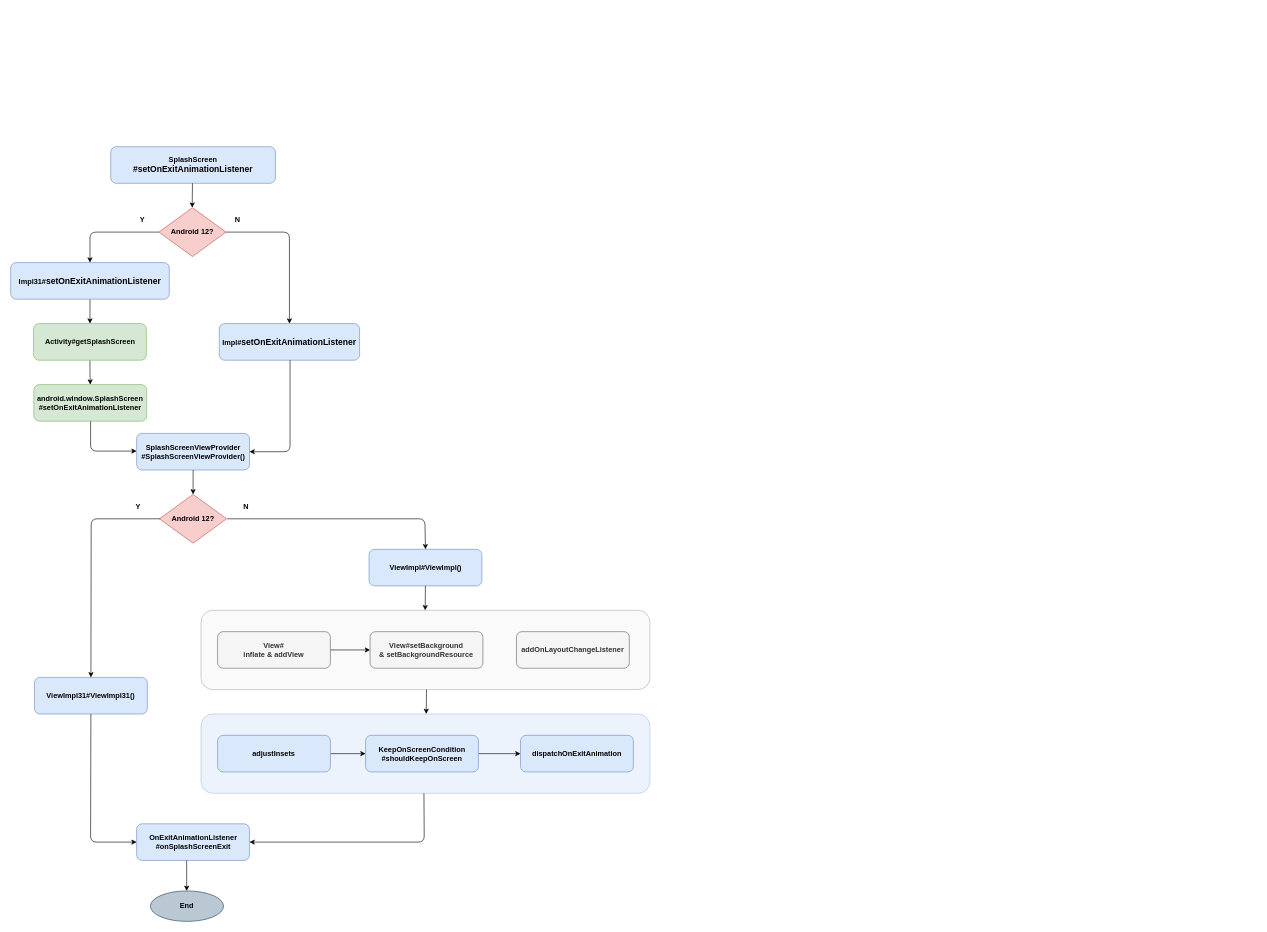
This is ss-exit-horizontal.drawio from ellisonchan/MineGraph, a draw.io file, before an edit. Source tidied: cells renumbered, new cells numbered last; positions are measured from the earlier drawing's top-left corner, leaving out a move shared by most shapes. Both pictures are drawn from the tidied source at 61%, with x=0, y=0 at pixel (10, 146).
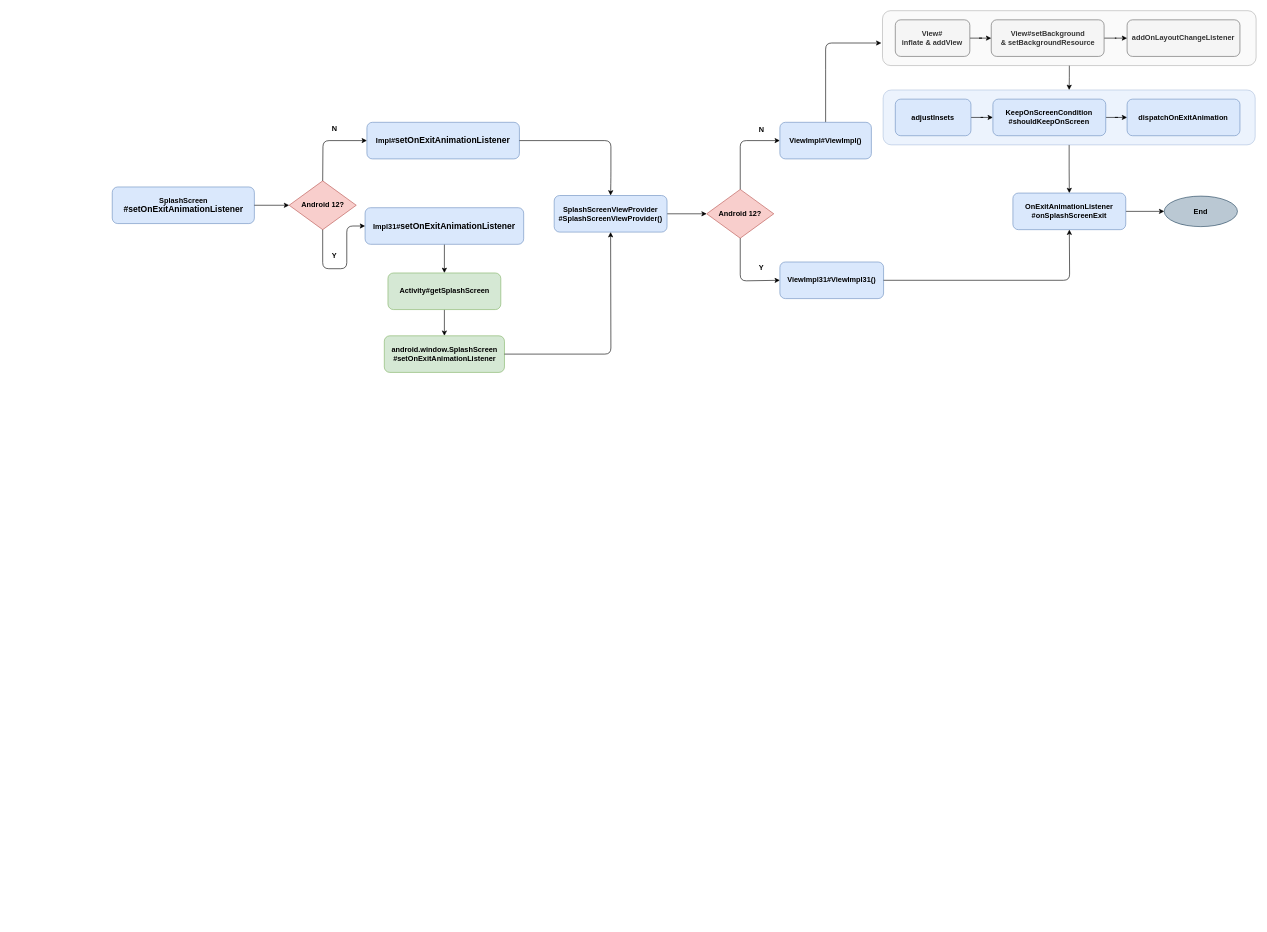
The same page after the edit.

Change to the diagram source:
```diff
@@
+    <mxCell id="44" style="edgeStyle=orthogonalEdgeStyle;rounded=0;jettySize=auto;html=1;" parent="1" edge="1" source="2" target="22">
+      <mxGeometry relative="1" as="geometry" />
+    </mxCell>
     <mxCell id="2" style="rounded=1;whiteSpace=wrap;html=1;strokeColor=#6c8ebf;fillColor=#dae8fc;opacity=50;fontStyle=1;" parent="1" vertex="1">
-      <mxGeometry x="312" y="930" width="736" height="130" as="geometry" />
+      <mxGeometry x="1430.2" y="-93" width="610" height="90" as="geometry" />
     </mxCell>
+    <mxCell id="45" style="edgeStyle=orthogonalEdgeStyle;rounded=0;jettySize=auto;html=1;entryX=0.5;entryY=0;entryDx=0;entryDy=0;" parent="1" edge="1" source="3" target="2">
+      <mxGeometry relative="1" as="geometry" />
+    </mxCell>
     <mxCell id="3" style="rounded=1;whiteSpace=wrap;html=1;strokeColor=#666666;fontColor=#333333;fillColor=#f5f5f5;opacity=50;fontStyle=1;" parent="1" vertex="1">
-      <mxGeometry x="312" y="760" width="736" height="130" as="geometry" />
+      <mxGeometry x="1429.2" y="-223" width="612.5" height="90" as="geometry" />
     </mxCell>
     <mxCell id="4" value="SplashScreen&lt;div style=&quot;text-align: justify&quot;&gt;&lt;font style=&quot;font-size: 14px&quot;&gt;#&lt;/font&gt;&lt;span style=&quot;font-size: 14px&quot;&gt;setOnExitAnimationListener&lt;/span&gt;&lt;/div&gt;" style="rounded=1;whiteSpace=wrap;html=1;fillColor=#dae8fc;strokeColor=#6c8ebf;fontStyle=1;" parent="1" vertex="1">
-      <mxGeometry x="164" width="270" height="60" as="geometry" />
+      <mxGeometry x="166.5" y="66" width="233" height="60" as="geometry" />
     </mxCell>
@@
     <mxCell id="6" value="Impl31#&lt;span style=&quot;font-size: 14px ; text-align: justify&quot;&gt;setOnExitAnimationListener&lt;/span&gt;" style="rounded=1;whiteSpace=wrap;html=1;fillColor=#dae8fc;strokeColor=#6c8ebf;fontStyle=1;" parent="1" vertex="1">
-      <mxGeometry y="190" width="260" height="60" as="geometry" />
+      <mxGeometry x="581" y="100" width="260" height="60" as="geometry" />
     </mxCell>
     <mxCell id="7" value="Android 12?" style="rhombus;whiteSpace=wrap;html=1;fillColor=#f8cecc;strokeColor=#b85450;fontStyle=1;" parent="1" vertex="1">
-      <mxGeometry x="243" y="100" width="110" height="80" as="geometry" />
+      <mxGeometry x="456.5" y="56" width="110" height="80" as="geometry" />
     </mxCell>
-    <mxCell id="8" style="endArrow=classic;html=1;fontStyle=1;" parent="1" edge="1">
-      <mxGeometry relative="1" as="geometry">
-        <mxPoint x="298" y="60" as="sourcePoint" />
-        <mxPoint x="297.6" y="100" as="targetPoint" />
-      </mxGeometry>
+    <mxCell id="8" style="endArrow=classic;html=1;fontStyle=1;entryX=0;entryY=0.5;entryDx=0;entryDy=0;exitX=1;exitY=0.5;exitDx=0;exitDy=0;" parent="1" edge="1" source="4" target="7">
+      <mxGeometry relative="1" as="geometry" />
     </mxCell>
     <mxCell id="9" value="Y" style="text;html=1;strokeColor=none;fillColor=none;align=center;verticalAlign=middle;whiteSpace=wrap;rounded=0;fontStyle=1;" parent="1" vertex="1">
-      <mxGeometry x="195.5" y="110" width="40" height="20" as="geometry" />
+      <mxGeometry x="511" y="169" width="40" height="20" as="geometry" />
     </mxCell>
     <mxCell id="10" value="N" style="text;html=1;strokeColor=none;fillColor=none;align=center;verticalAlign=middle;whiteSpace=wrap;rounded=0;fontStyle=1;" parent="1" vertex="1">
-      <mxGeometry x="351.5" y="110" width="40" height="20" as="geometry" />
+      <mxGeometry x="511" y="-40" width="40" height="20" as="geometry" />
     </mxCell>
     <mxCell id="11" value="Impl#&lt;span style=&quot;font-size: 14px ; text-align: justify&quot;&gt;setOnExitAnimationListener&lt;/span&gt;" style="rounded=1;whiteSpace=wrap;html=1;fillColor=#dae8fc;strokeColor=#6c8ebf;fontStyle=1;" parent="1" vertex="1">
-      <mxGeometry x="342" y="290" width="230" height="60" as="geometry" />
+      <mxGeometry x="584" y="-40" width="250" height="60" as="geometry" />
     </mxCell>
@@
     <mxCell id="13" value="Activity#getSplashScreen" style="rounded=1;whiteSpace=wrap;html=1;fillColor=#d5e8d4;strokeColor=#82b366;fontStyle=1;" parent="1" vertex="1">
-      <mxGeometry x="37.5" y="290" width="185" height="60" as="geometry" />
+      <mxGeometry x="618.5" y="207" width="185" height="60" as="geometry" />
     </mxCell>
     <mxCell id="14" value="android.window.SplashScreen&lt;br&gt;#setOnExitAnimationListener" style="rounded=1;whiteSpace=wrap;html=1;fillColor=#d5e8d4;strokeColor=#82b366;fontStyle=1;" parent="1" vertex="1">
-      <mxGeometry x="38" y="390" width="185" height="60" as="geometry" />
+      <mxGeometry x="612.5" y="310" width="197" height="60" as="geometry" />
     </mxCell>
-    <mxCell id="15" style="endArrow=classic;html=1;exitX=0;exitY=0.5;exitDx=0;exitDy=0;entryX=0.5;entryY=0;entryDx=0;entryDy=0;fontStyle=1;" parent="1" edge="1" source="7" target="6">
+    <mxCell id="15" style="endArrow=classic;html=1;fontStyle=1;exitX=0.5;exitY=1;exitDx=0;exitDy=0;entryX=0;entryY=0.5;entryDx=0;entryDy=0;" parent="1" edge="1" source="7" target="6">
       <mxGeometry relative="1" as="geometry">
         <Array as="points">
-          <mxPoint x="130" y="140" />
+          <mxPoint x="511.5" y="200" />
+          <mxPoint x="551" y="200" />
+          <mxPoint x="551" y="130" />
         </Array>
       </mxGeometry>
     </mxCell>
-    <mxCell id="16" style="endArrow=classic;html=1;entryX=1;entryY=0.5;entryDx=0;entryDy=0;fontStyle=1;" parent="1" edge="1" target="17">
+    <mxCell id="16" style="endArrow=classic;html=1;entryX=0.5;entryY=0;entryDx=0;entryDy=0;fontStyle=1;" parent="1" edge="1" source="11" target="17">
       <mxGeometry relative="1" as="geometry">
-        <mxPoint x="458" y="350" as="sourcePoint" />
         <Array as="points">
-          <mxPoint x="458" y="500" />
+          <mxPoint x="984" y="-10" />
+          <mxPoint x="984" y="50" />
         </Array>
       </mxGeometry>
     </mxCell>
+    <mxCell id="46" style="edgeStyle=orthogonalEdgeStyle;rounded=0;jettySize=auto;html=1;" parent="1" edge="1" source="17" target="19">
+      <mxGeometry relative="1" as="geometry" />
+    </mxCell>
     <mxCell id="17" value="&lt;span style=&quot;color: rgb(0 , 0 , 0)&quot;&gt;SplashScreenViewProvider&lt;br&gt;#&lt;/span&gt;&lt;span style=&quot;color: rgb(0 , 0 , 0)&quot;&gt;SplashScreenViewProvider()&lt;/span&gt;" style="rounded=1;whiteSpace=wrap;html=1;fillColor=#dae8fc;strokeColor=#6c8ebf;fontStyle=1;" parent="1" vertex="1">
-      <mxGeometry x="206.5" y="470" width="185" height="60" as="geometry" />
+      <mxGeometry x="891" y="80" width="185" height="60" as="geometry" />
     </mxCell>
-    <mxCell id="18" style="endArrow=classic;html=1;exitX=1;exitY=0.5;exitDx=0;exitDy=0;entryX=0.5;entryY=0;entryDx=0;entryDy=0;fontStyle=1;" parent="1" edge="1" source="7" target="11">
+    <mxCell id="18" style="endArrow=classic;html=1;exitX=0.5;exitY=0;exitDx=0;exitDy=0;entryX=0;entryY=0.5;entryDx=0;entryDy=0;fontStyle=1;" parent="1" edge="1" source="7" target="11">
       <mxGeometry relative="1" as="geometry">
         <Array as="points">
-          <mxPoint x="457" y="140" />
+          <mxPoint x="512" y="-10" />
         </Array>
       </mxGeometry>
     </mxCell>
     <mxCell id="19" value="Android 12?" style="rhombus;whiteSpace=wrap;html=1;fillColor=#f8cecc;strokeColor=#b85450;fontStyle=1;" parent="1" vertex="1">
-      <mxGeometry x="244" y="570" width="110" height="80" as="geometry" />
+      <mxGeometry x="1141" y="70" width="110" height="80" as="geometry" />
     </mxCell>
     <mxCell id="20" value="N" style="text;html=1;strokeColor=none;fillColor=none;align=center;verticalAlign=middle;whiteSpace=wrap;rounded=0;fontStyle=1;" parent="1" vertex="1">
-      <mxGeometry x="365.5" y="580" width="40" height="20" as="geometry" />
+      <mxGeometry x="1211" y="-38" width="40" height="20" as="geometry" />
     </mxCell>
     <mxCell id="21" value="ViewImpl31#ViewImpl31()" style="rounded=1;whiteSpace=wrap;html=1;fillColor=#dae8fc;strokeColor=#6c8ebf;fontStyle=1;" parent="1" vertex="1">
-      <mxGeometry x="39" y="870" width="185" height="60" as="geometry" />
+      <mxGeometry x="1261" y="189" width="170" height="60" as="geometry" />
     </mxCell>
+    <mxCell id="47" style="edgeStyle=orthogonalEdgeStyle;rounded=0;jettySize=auto;html=1;" parent="1" edge="1" source="22" target="23">
+      <mxGeometry relative="1" as="geometry" />
+    </mxCell>
     <mxCell id="22" value="OnExitAnimationListener&lt;br&gt;#onSplashScreenExit" style="rounded=1;whiteSpace=wrap;html=1;fillColor=#dae8fc;strokeColor=#6c8ebf;fontStyle=1;" parent="1" vertex="1">
-      <mxGeometry x="206.5" y="1110" width="185" height="60" as="geometry" />
+      <mxGeometry x="1643" y="76" width="185" height="60" as="geometry" />
     </mxCell>
-    <mxCell id="23" value="End" style="ellipse;whiteSpace=wrap;html=1;fillColor=#bac8d3;strokeColor=#23445d;fontStyle=1;" parent="1" vertex="1">
-      <mxGeometry x="229" y="1220" width="120" height="50" as="geometry" />
-    </mxCell>
-    <mxCell id="24" style="endArrow=classic;html=1;exitX=0.5;exitY=1;exitDx=0;exitDy=0;fontStyle=1;" parent="1" edge="1">
-      <mxGeometry relative="1" as="geometry">
-        <mxPoint x="288.5" y="1170" as="sourcePoint" />
-        <mxPoint x="288.5" y="1220" as="targetPoint" />
-      </mxGeometry>
-    </mxCell>
     <mxCell id="25" value="Y" style="text;html=1;strokeColor=none;fillColor=none;align=center;verticalAlign=middle;whiteSpace=wrap;rounded=0;fontStyle=1;" parent="1" vertex="1">
-      <mxGeometry x="189" y="580" width="40" height="20" as="geometry" />
+      <mxGeometry x="1211" y="189" width="40" height="20" as="geometry" />
     </mxCell>
-    <mxCell id="26" style="endArrow=classic;html=1;entryX=0;entryY=0.5;entryDx=0;entryDy=0;fontStyle=1;" parent="1" edge="1">
+    <mxCell id="26" style="endArrow=classic;html=1;fontStyle=1;entryX=0.5;entryY=1;entryDx=0;entryDy=0;exitX=1;exitY=0.5;exitDx=0;exitDy=0;" parent="1" edge="1" source="14" target="17">
       <mxGeometry relative="1" as="geometry">
-        <mxPoint x="131" y="450" as="sourcePoint" />
-        <mxPoint x="206.5" y="499" as="targetPoint" />
         <Array as="points">
-          <mxPoint x="131" y="499" />
+          <mxPoint x="984" y="340" />
         </Array>
       </mxGeometry>
     </mxCell>
-    <mxCell id="27" value="ViewImpl#ViewImpl()" style="rounded=1;whiteSpace=wrap;html=1;fillColor=#dae8fc;strokeColor=#6c8ebf;fontStyle=1;" parent="1" vertex="1">
-      <mxGeometry x="587.5" y="660" width="185" height="60" as="geometry" />
-    </mxCell>
@@
     <mxCell id="29" value="View#&lt;br&gt;inflate &amp;amp; addView" style="rounded=1;whiteSpace=wrap;html=1;fillColor=#f5f5f5;strokeColor=#666666;fontColor=#333333;fontStyle=1;" parent="1" vertex="1">
-      <mxGeometry x="339.2" y="795" width="185" height="60" as="geometry" />
+      <mxGeometry x="1450.2" y="-208" width="122.2" height="60" as="geometry" />
     </mxCell>
@@
     <mxCell id="31" value="adjustInsets" style="rounded=1;whiteSpace=wrap;html=1;fillColor=#dae8fc;strokeColor=#6c8ebf;fontStyle=1;" parent="1" vertex="1">
-      <mxGeometry x="339.2" y="965" width="185" height="60" as="geometry" />
+      <mxGeometry x="1450.2" y="-78" width="124" height="60" as="geometry" />
     </mxCell>
@@
     <mxCell id="33" value="KeepOnScreenCondition&lt;br&gt;#shouldKeepOnScreen" style="rounded=1;whiteSpace=wrap;html=1;fillColor=#dae8fc;strokeColor=#6c8ebf;fontStyle=1;" parent="1" vertex="1">
-      <mxGeometry x="581.8" y="965" width="185" height="60" as="geometry" />
+      <mxGeometry x="1610.2" y="-78" width="185" height="60" as="geometry" />
     </mxCell>
     <mxCell id="34" value="dispatchOnExitAnimation" style="rounded=1;whiteSpace=wrap;html=1;fillColor=#dae8fc;strokeColor=#6c8ebf;fontStyle=1;" parent="1" vertex="1">
-      <mxGeometry x="835.8" y="965" width="185" height="60" as="geometry" />
+      <mxGeometry x="1830.2" y="-78" width="185" height="60" as="geometry" />
     </mxCell>
-    <mxCell id="35" style="endArrow=classic;html=1;fontStyle=1;" parent="1" edge="1">
+    <mxCell id="35" style="endArrow=classic;html=1;fontStyle=1;entryX=0;entryY=0.5;entryDx=0;entryDy=0;exitX=0.5;exitY=1;exitDx=0;exitDy=0;" parent="1" edge="1" source="19" target="21">
       <mxGeometry relative="1" as="geometry">
-        <mxPoint x="299.1" y="530" as="sourcePoint" />
-        <mxPoint x="299" y="570" as="targetPoint" />
         <Array as="points">
-          <mxPoint x="299" y="560" />
+          <mxPoint x="1196" y="220" />
         </Array>
       </mxGeometry>
     </mxCell>
-    <mxCell id="36" style="endArrow=classic;html=1;exitX=0;exitY=0.5;exitDx=0;exitDy=0;fontStyle=1;" parent="1" edge="1" target="21">
-      <mxGeometry relative="1" as="geometry">
-        <mxPoint x="245" y="610" as="sourcePoint" />
-        <Array as="points">
-          <mxPoint x="132" y="610" />
-        </Array>
-      </mxGeometry>
-    </mxCell>
-    <mxCell id="37" style="endArrow=classic;html=1;exitX=1;exitY=0.5;exitDx=0;exitDy=0;entryX=0.5;entryY=0;entryDx=0;entryDy=0;fontStyle=1;" parent="1" edge="1" target="27">
+    <mxCell id="37" style="endArrow=classic;html=1;fontStyle=1;entryX=0;entryY=0.5;entryDx=0;entryDy=0;exitX=0.5;exitY=0;exitDx=0;exitDy=0;" parent="1" edge="1" source="19" target="27">
       <mxGeometry relative="1" as="geometry">
-        <mxPoint x="355" y="610" as="sourcePoint" />
         <Array as="points">
-          <mxPoint x="679" y="610" />
+          <mxPoint x="1196" y="-10" />
         </Array>
       </mxGeometry>
     </mxCell>
-    <mxCell id="38" style="endArrow=classic;html=1;fontStyle=1;" parent="1" edge="1">
-      <mxGeometry relative="1" as="geometry">
-        <mxPoint x="679.9" y="720" as="sourcePoint" />
-        <mxPoint x="679.5" y="760" as="targetPoint" />
-      </mxGeometry>
-    </mxCell>
+    <mxCell id="40" value="addOnLayoutChangeListener" style="rounded=1;whiteSpace=wrap;html=1;fillColor=#f5f5f5;strokeColor=#666666;fontColor=#333333;fontStyle=1;" parent="1" vertex="1">
+      <mxGeometry x="1830.2" y="-208" width="185" height="60" as="geometry" />
+    </mxCell>
+    <mxCell id="48" style="edgeStyle=orthogonalEdgeStyle;rounded=0;jettySize=auto;html=1;" parent="1" edge="1" source="41" target="40">
+      <mxGeometry relative="1" as="geometry" />
+    </mxCell>
+    <mxCell id="41" value="View#setBackground&lt;br&gt;&amp;amp;&amp;nbsp;setBackgroundResource" style="rounded=1;whiteSpace=wrap;html=1;fillColor=#f5f5f5;strokeColor=#666666;fontColor=#333333;fontStyle=1;" parent="1" vertex="1">
+      <mxGeometry x="1607.5" y="-208" width="185" height="60" as="geometry" />
+    </mxCell>
+    <mxCell id="49" style="endArrow=classic;html=1;fontStyle=1;entryX=-0.003;entryY=0.589;entryDx=0;entryDy=0;entryPerimeter=0;startArrow=none;exitX=0.5;exitY=0;exitDx=0;exitDy=0;" parent="1" edge="1" source="27" target="3">
+      <mxGeometry relative="1" as="geometry">
+        <Array as="points">
+          <mxPoint x="1336" y="-137" />
+          <mxPoint x="1336" y="-170" />
+        </Array>
+      </mxGeometry>
+    </mxCell>
+    <mxCell id="27" value="ViewImpl#ViewImpl()" style="rounded=1;whiteSpace=wrap;html=1;fillColor=#dae8fc;strokeColor=#6c8ebf;fontStyle=1;" parent="1" vertex="1">
+      <mxGeometry x="1261" y="-40" width="150" height="60" as="geometry" />
+    </mxCell>
-    <mxCell id="39" style="endArrow=classic;html=1;entryX=0;entryY=0.5;entryDx=0;entryDy=0;exitX=0.5;exitY=1;exitDx=0;exitDy=0;fontStyle=1;" parent="1" edge="1" source="21" target="22">
+    <mxCell id="39" style="endArrow=classic;html=1;fontStyle=1;entryX=0.5;entryY=1;entryDx=0;entryDy=0;exitX=1;exitY=0.5;exitDx=0;exitDy=0;" parent="1" edge="1" source="21" target="22">
       <mxGeometry relative="1" as="geometry">
         <Array as="points">
-          <mxPoint x="131" y="1140" />
+          <mxPoint x="1736" y="219" />
         </Array>
       </mxGeometry>
     </mxCell>
-    <mxCell id="40" value="addOnLayoutChangeListener" style="rounded=1;whiteSpace=wrap;html=1;fillColor=#f5f5f5;strokeColor=#666666;fontColor=#333333;fontStyle=1;" parent="1" vertex="1">
-      <mxGeometry x="829.2" y="795" width="185" height="60" as="geometry" />
-    </mxCell>
-    <mxCell id="41" value="View#setBackground&lt;br&gt;&amp;amp;&amp;nbsp;setBackgroundResource" style="rounded=1;whiteSpace=wrap;html=1;fillColor=#f5f5f5;strokeColor=#666666;fontColor=#333333;fontStyle=1;" parent="1" vertex="1">
-      <mxGeometry x="589.2" y="795" width="185" height="60" as="geometry" />
-    </mxCell>
-    <mxCell id="42" style="endArrow=classic;html=1;fontStyle=1;" parent="1" edge="1">
-      <mxGeometry relative="1" as="geometry">
-        <mxPoint x="681.7" y="890" as="sourcePoint" />
-        <mxPoint x="681.2" y="930" as="targetPoint" />
-      </mxGeometry>
-    </mxCell>
-    <mxCell id="43" style="endArrow=classic;html=1;entryX=1;entryY=0.5;entryDx=0;entryDy=0;fontStyle=1;" parent="1" edge="1" target="22">
-      <mxGeometry relative="1" as="geometry">
-        <mxPoint x="677.5" y="1060" as="sourcePoint" />
-        <Array as="points">
-          <mxPoint x="678" y="1140" />
-        </Array>
-      </mxGeometry>
-    </mxCell>
+    <mxCell id="23" value="End" style="ellipse;whiteSpace=wrap;html=1;fillColor=#bac8d3;strokeColor=#23445d;fontStyle=1;" parent="1" vertex="1">
+      <mxGeometry x="1891.1" y="81" width="120" height="50" as="geometry" />
+    </mxCell>
```
